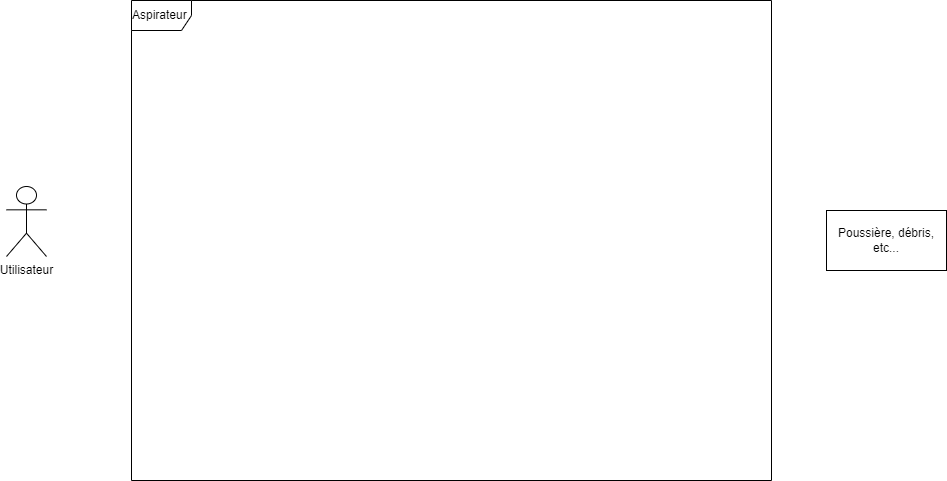
Above: Aspirateur.drawio.png in vertueux/discord (draw.io), before the change. Source tidied: cells renumbered, new cells last; positions are measured from the earlier drawing's top-left corner, leaving out a move shared by most shapes. Its diagram source:
```xml
<mxGraphModel>
  <root>
    <mxCell id="0" />
    <mxCell id="1" parent="0" />
    <mxCell id="2" value="Aspirateur&amp;nbsp;" style="shape=umlFrame;whiteSpace=wrap;html=1;" parent="1" vertex="1">
      <mxGeometry x="125" width="640" height="480" as="geometry" />
    </mxCell>
    <mxCell id="3" value="Utilisateur&lt;br&gt;" style="shape=umlActor;verticalLabelPosition=bottom;verticalAlign=top;html=1;outlineConnect=0;" parent="1" vertex="1">
      <mxGeometry y="186" width="40" height="70" as="geometry" />
    </mxCell>
    <mxCell id="4" value="Poussière, débris, etc..." style="rounded=0;whiteSpace=wrap;html=1;" parent="1" vertex="1">
      <mxGeometry x="820" y="210" width="120" height="60" as="geometry" />
    </mxCell>
  </root>
</mxGraphModel>
```
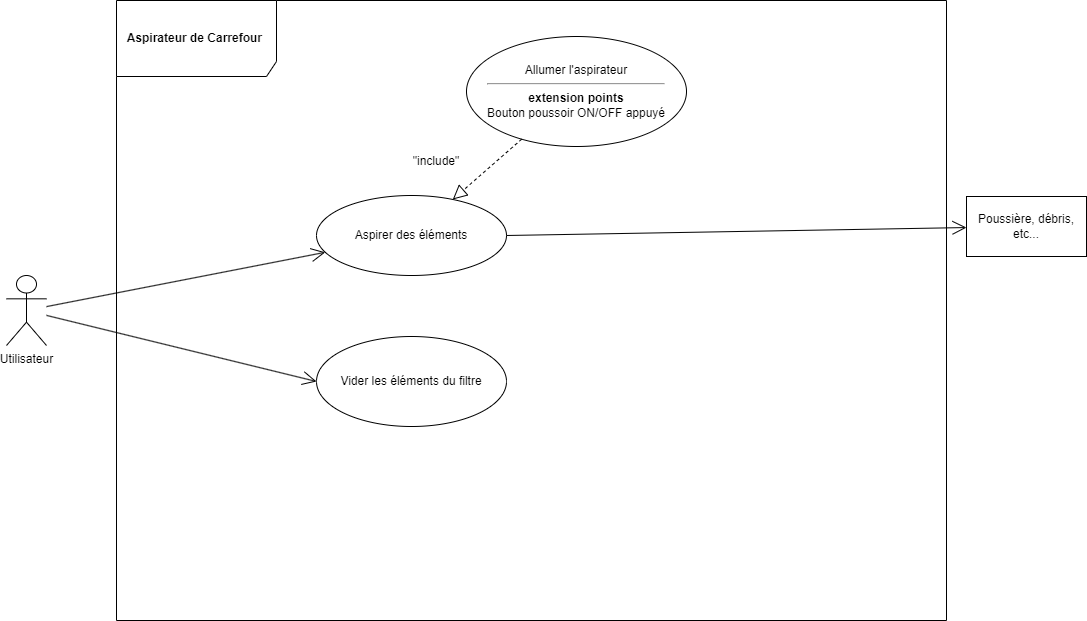
The same diagram one commit later.

Change to the diagram source:
```diff
@@ -2,14 +2,38 @@
   <root>
     <mxCell id="0" />
     <mxCell id="1" parent="0" />
-    <mxCell id="2" value="Aspirateur&amp;nbsp;" style="shape=umlFrame;whiteSpace=wrap;html=1;" parent="1" vertex="1">
-      <mxGeometry x="125" width="640" height="480" as="geometry" />
+    <mxCell id="2" value="&lt;b&gt;Aspirateur de Carrefour&amp;nbsp;&lt;/b&gt;" style="shape=umlFrame;whiteSpace=wrap;html=1;width=160;height=76;" parent="1" vertex="1">
+      <mxGeometry x="30" y="-70" width="830" height="620" as="geometry" />
     </mxCell>
     <mxCell id="3" value="Utilisateur&lt;br&gt;" style="shape=umlActor;verticalLabelPosition=bottom;verticalAlign=top;html=1;outlineConnect=0;" parent="1" vertex="1">
-      <mxGeometry y="186" width="40" height="70" as="geometry" />
+      <mxGeometry x="-80" y="205" width="40" height="70" as="geometry" />
     </mxCell>
     <mxCell id="4" value="Poussière, débris, etc..." style="rounded=0;whiteSpace=wrap;html=1;" parent="1" vertex="1">
-      <mxGeometry x="820" y="210" width="120" height="60" as="geometry" />
+      <mxGeometry x="880" y="126" width="120" height="60" as="geometry" />
     </mxCell>
+    <mxCell id="5" value="Aspirer des éléments" style="ellipse;whiteSpace=wrap;html=1;" parent="1" vertex="1">
+      <mxGeometry x="230" y="125" width="190" height="80" as="geometry" />
+    </mxCell>
+    <mxCell id="6" style="endArrow=open;endFill=1;endSize=12;html=1;rounded=0;" parent="1" edge="1" source="3" target="5">
+      <mxGeometry relative="1" as="geometry" />
+    </mxCell>
+    <mxCell id="7" style="endArrow=open;endFill=1;endSize=12;html=1;rounded=0;exitX=1;exitY=0.5;exitDx=0;exitDy=0;" parent="1" edge="1" source="5" target="4">
+      <mxGeometry relative="1" as="geometry" />
+    </mxCell>
+    <mxCell id="8" value="Allumer l'aspirateur&lt;br&gt;&lt;hr&gt;&lt;b&gt;extension points&lt;/b&gt;&lt;br&gt;Bouton poussoir ON/OFF appuyé" style="ellipse;whiteSpace=wrap;html=1;" parent="1" vertex="1">
+      <mxGeometry x="380" y="-34" width="220" height="110" as="geometry" />
+    </mxCell>
+    <mxCell id="9" style="endArrow=block;dashed=1;endFill=0;endSize=12;html=1;rounded=0;" parent="1" edge="1" source="8" target="5">
+      <mxGeometry relative="1" as="geometry" />
+    </mxCell>
+    <mxCell id="10" value="&quot;include&quot;" style="text;html=1;strokeColor=none;fillColor=none;align=center;verticalAlign=middle;whiteSpace=wrap;rounded=0;" parent="1" vertex="1">
+      <mxGeometry x="320" y="76" width="60" height="30" as="geometry" />
+    </mxCell>
+    <mxCell id="11" value="Vider les éléments du filtre" style="ellipse;whiteSpace=wrap;html=1;" parent="1" vertex="1">
+      <mxGeometry x="230" y="266" width="190" height="90" as="geometry" />
+    </mxCell>
+    <mxCell id="12" style="endArrow=open;endFill=1;endSize=12;html=1;rounded=0;entryX=0;entryY=0.5;entryDx=0;entryDy=0;" parent="1" edge="1" source="3" target="11">
+      <mxGeometry relative="1" as="geometry" />
+    </mxCell>
   </root>
 </mxGraphModel>
```
